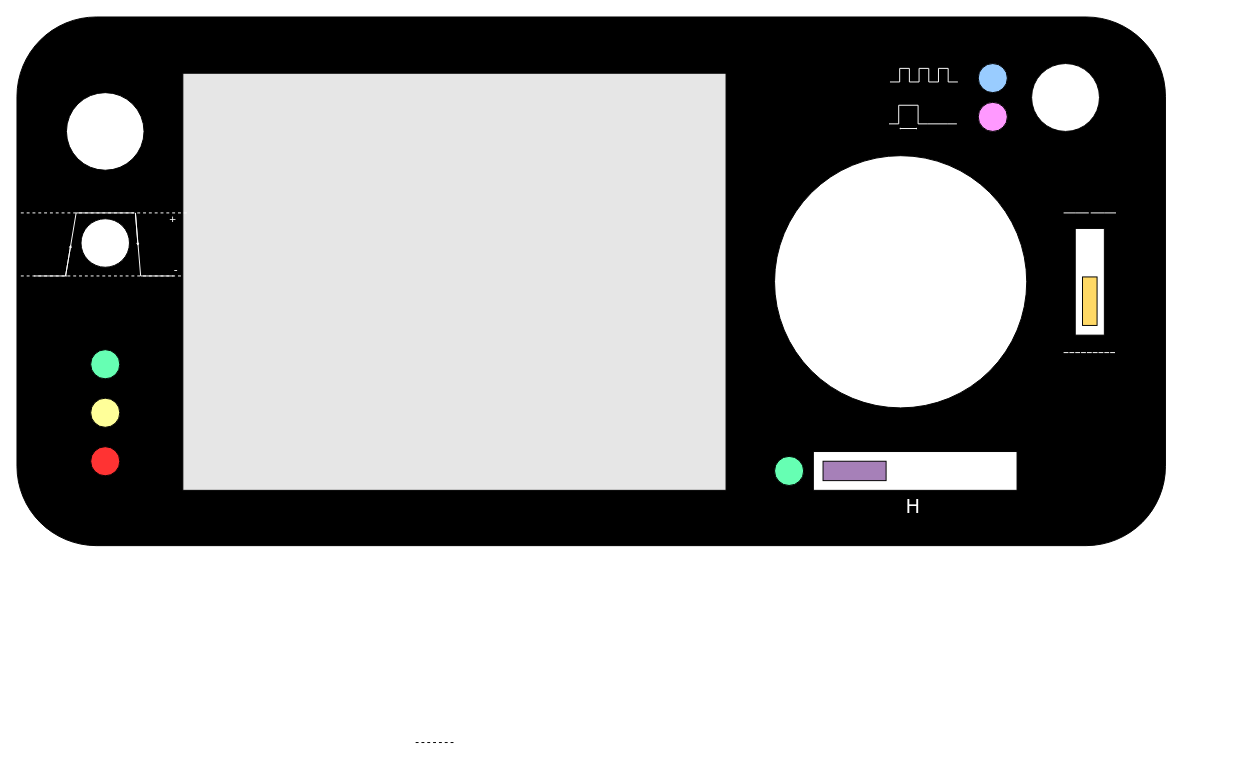
The draw.io diagram Hardware/Requirements/FSE Device Sketch.drawio in memphis242/FrequencySensorEmulator, before the edit. Source tidied: cells renumbered, new cells numbered last; positions are measured from the earlier drawing's top-left corner, leaving out a move shared by most shapes. Both pictures are drawn from the tidied source at 97%, with x=0, y=0 at pixel (16, 16).
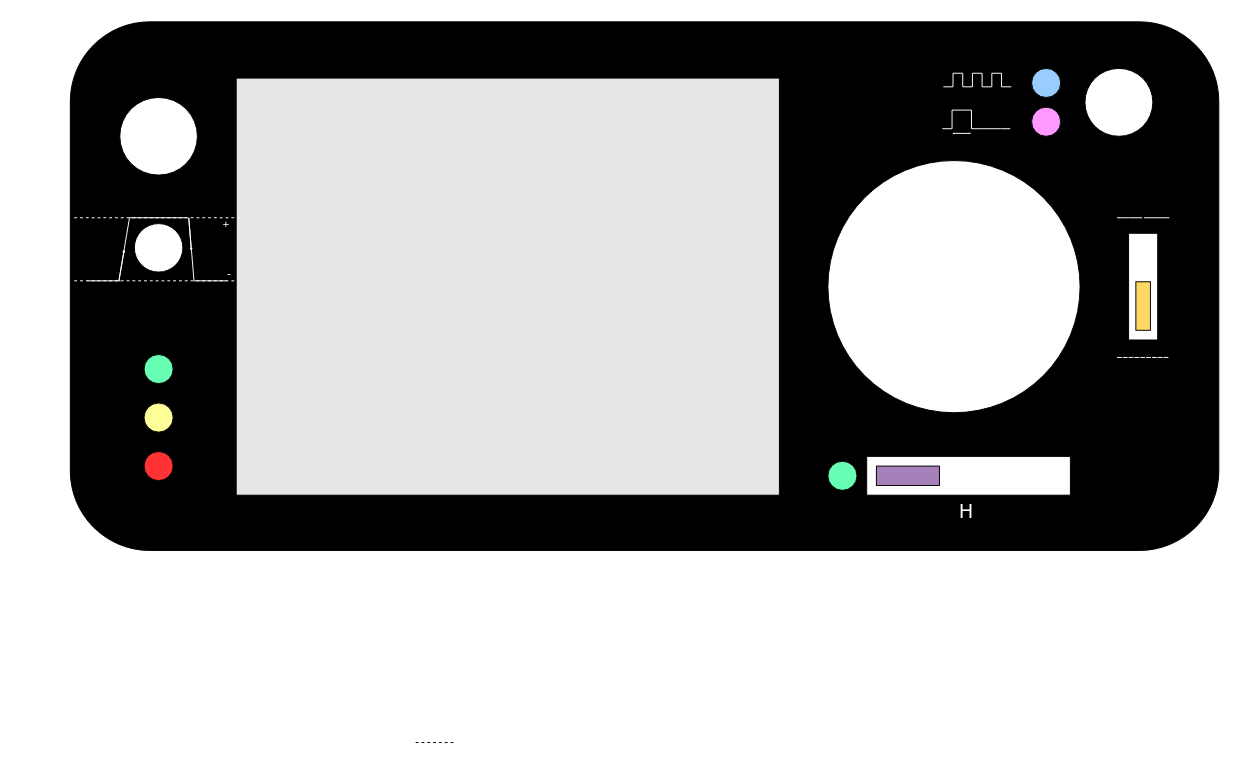
After the change.

What changed in the source:
```diff
@@
+    <mxCell id="20" style="endArrow=none;dashed=1;html=1;rounded=0;fillColor=#FFFFFF;" parent="1" edge="1">
+      <mxGeometry relative="1" as="geometry">
+        <mxPoint x="411" y="748" as="sourcePoint" />
+        <mxPoint x="451" y="748" as="targetPoint" />
+      </mxGeometry>
+    </mxCell>
+    <mxCell id="74" style="group;" parent="1" vertex="1">
+      <mxGeometry x="55" y="5" width="1184" height="545" as="geometry" />
+    </mxCell>
-    <mxCell id="2" style="rounded=1;whiteSpace=wrap;html=1;fillColor=#000000;" parent="1" vertex="1">
+    <mxCell id="2" style="rounded=1;whiteSpace=wrap;html=1;fillColor=#000000;" parent="74" vertex="1">
       <mxGeometry width="1184" height="545" as="geometry" />
     </mxCell>
-    <mxCell id="3" style="rounded=0;whiteSpace=wrap;html=1;fillColor=#E6E6E6;" parent="1" vertex="1">
+    <mxCell id="3" style="rounded=0;whiteSpace=wrap;html=1;fillColor=#E6E6E6;" parent="74" vertex="1">
       <mxGeometry x="171" y="58" width="560" height="430" as="geometry" />
     </mxCell>
-    <mxCell id="4" style="ellipse;whiteSpace=wrap;html=1;" parent="1" vertex="1">
+    <mxCell id="4" style="ellipse;whiteSpace=wrap;html=1;" parent="74" vertex="1">
       <mxGeometry x="51" y="78" width="80" height="80" as="geometry" />
     </mxCell>
-    <mxCell id="5" style="ellipse;whiteSpace=wrap;html=1;" parent="1" vertex="1">
+    <mxCell id="5" style="ellipse;whiteSpace=wrap;html=1;" parent="74" vertex="1">
       <mxGeometry x="781" y="143" width="260" height="260" as="geometry" />
     </mxCell>
-    <mxCell id="6" style="ellipse;whiteSpace=wrap;html=1;" parent="1" vertex="1">
+    <mxCell id="6" style="ellipse;whiteSpace=wrap;html=1;" parent="74" vertex="1">
       <mxGeometry x="66" y="208" width="50" height="50" as="geometry" />
     </mxCell>
-    <mxCell id="7" style="group;" parent="1" vertex="1">
+    <mxCell id="7" style="group;" parent="74" vertex="1">
       <mxGeometry x="781" y="448" width="250" height="40" as="geometry" />
     </mxCell>
@@
-    <mxCell id="11" style="group;" parent="1" vertex="1">
+    <mxCell id="11" style="group;" parent="74" vertex="1">
       <mxGeometry x="991" y="48" width="125" height="70" as="geometry" />
     </mxCell>
@@
-    <mxCell id="16" style="group;" parent="1" vertex="1">
+    <mxCell id="16" style="group;" parent="74" vertex="1">
       <mxGeometry x="76" y="343" width="30" height="130" as="geometry" />
     </mxCell>
@@
-    <mxCell id="20" style="endArrow=none;dashed=1;html=1;rounded=0;fillColor=#FFFFFF;" parent="1" edge="1">
-      <mxGeometry relative="1" as="geometry">
-        <mxPoint x="411" y="748" as="sourcePoint" />
-        <mxPoint x="451" y="748" as="targetPoint" />
-      </mxGeometry>
-    </mxCell>
-    <mxCell id="21" style="orthogonalLoop=1;jettySize=auto;html=1;rounded=0;fillColor=#FFFFFF;strokeColor=#FFFFFF;endArrow=none;endFill=0;startFill=0;" parent="1" edge="1">
+    <mxCell id="21" style="orthogonalLoop=1;jettySize=auto;html=1;rounded=0;fillColor=#FFFFFF;strokeColor=#FFFFFF;endArrow=none;endFill=0;startFill=0;" parent="74" edge="1">
       <mxGeometry relative="1" as="geometry">
         <mxPoint x="1079" y="202" as="sourcePoint" />
         <mxPoint x="1091" y="202" as="targetPoint" />
       </mxGeometry>
     </mxCell>
-    <mxCell id="22" style="orthogonalLoop=1;jettySize=auto;html=1;rounded=0;fillColor=#FFFFFF;strokeColor=#FFFFFF;endArrow=none;endFill=0;startFill=0;" parent="1" edge="1">
+    <mxCell id="22" style="orthogonalLoop=1;jettySize=auto;html=1;rounded=0;fillColor=#FFFFFF;strokeColor=#FFFFFF;endArrow=none;endFill=0;startFill=0;" parent="74" edge="1">
       <mxGeometry relative="1" as="geometry">
         <mxPoint x="1121" y="202" as="sourcePoint" />
         <mxPoint x="1133" y="202" as="targetPoint" />
       </mxGeometry>
     </mxCell>
-    <mxCell id="23" style="group;" parent="1" vertex="1">
+    <mxCell id="23" style="group;" parent="74" vertex="1">
       <mxGeometry x="1079" y="202" width="53" height="144" as="geometry" />
     </mxCell>
@@
-    <mxCell id="38" value="&lt;font style=&quot;font-size: 20px; color: rgb(255, 255, 255);&quot; face=&quot;Verdana&quot;&gt;H&lt;/font&gt;" style="text;html=1;align=center;verticalAlign=middle;whiteSpace=wrap;rounded=0;" parent="1" vertex="1">
+    <mxCell id="38" value="&lt;font style=&quot;font-size: 20px; color: rgb(255, 255, 255);&quot; face=&quot;Verdana&quot;&gt;H&lt;/font&gt;" style="text;html=1;align=center;verticalAlign=middle;whiteSpace=wrap;rounded=0;" parent="74" vertex="1">
       <mxGeometry x="894" y="489" width="60" height="30" as="geometry" />
     </mxCell>
-    <mxCell id="39" style="group;" parent="1" vertex="1">
+    <mxCell id="39" style="group;" parent="74" vertex="1">
       <mxGeometry x="900" y="53" width="70" height="14" as="geometry" />
     </mxCell>
@@
-    <mxCell id="53" style="group;" parent="1" vertex="1">
+    <mxCell id="53" style="group;" parent="74" vertex="1">
       <mxGeometry x="899" y="91" width="70" height="24" as="geometry" />
     </mxCell>
@@
-    <mxCell id="62" style="group;" parent="1" vertex="1">
+    <mxCell id="62" style="group;" parent="74" vertex="1">
       <mxGeometry x="4" y="202" width="185" height="68" as="geometry" />
     </mxCell>
@@
-    <mxCell id="73" value="&lt;font style=&quot;color: rgb(255, 255, 255);&quot;&gt;+&lt;/font&gt;" style="text;html=1;align=center;verticalAlign=middle;whiteSpace=wrap;rounded=0;" parent="1" vertex="1">
+    <mxCell id="73" value="&lt;font style=&quot;color: rgb(255, 255, 255);&quot;&gt;+&lt;/font&gt;" style="text;html=1;align=center;verticalAlign=middle;whiteSpace=wrap;rounded=0;" parent="74" vertex="1">
       <mxGeometry x="131" y="194" width="60" height="30" as="geometry" />
     </mxCell>
```
